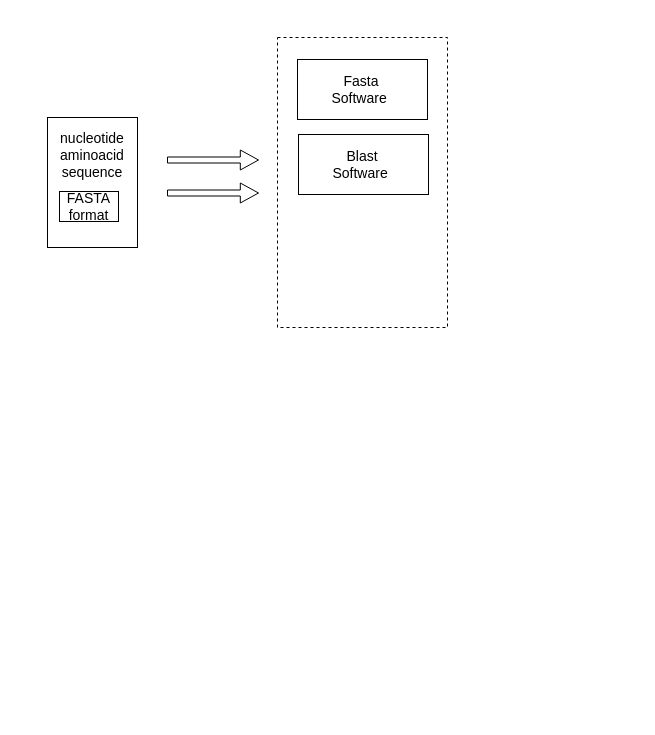
Above: fastaFormat.drawio in ldipotetjob/genx (draw.io), before the change. Source tidied: cells renumbered, new cells numbered last; positions are measured from the earlier drawing's top-left corner, leaving out a move shared by most shapes. Both pictures are drawn from the tidied source at 100%, with x=0, y=0 at pixel (17, 37).
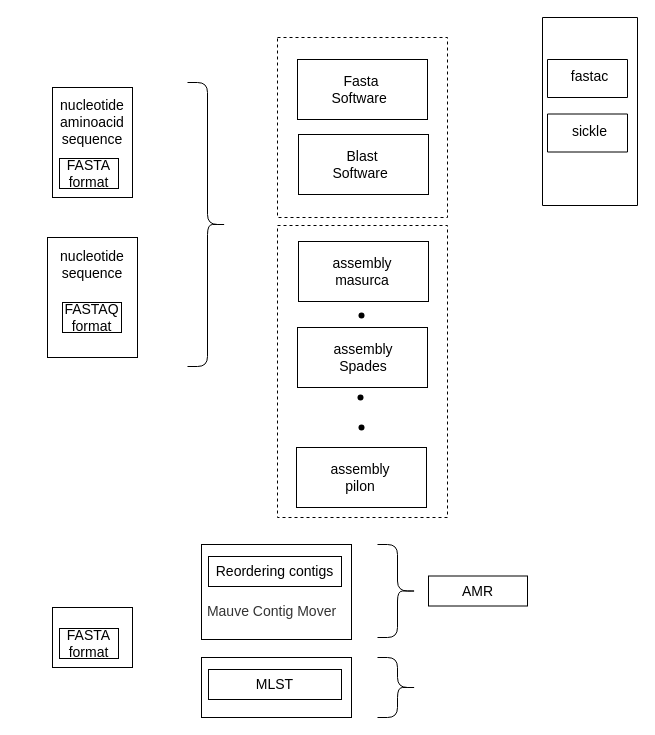
Above is the later version.

Diff of the diagram source:
```diff
@@
-    <mxCell id="4" style="shape=singleArrow;whiteSpace=wrap;html=1;" parent="1" vertex="1">
-      <mxGeometry x="150" y="112.5" width="91" height="20" as="geometry" />
-    </mxCell>
-    <mxCell id="5" style="shape=singleArrow;whiteSpace=wrap;html=1;" parent="1" vertex="1">
-      <mxGeometry x="150" y="145.5" width="91" height="20" as="geometry" />
-    </mxCell>
     <mxCell id="6" style="rounded=0;whiteSpace=wrap;html=1;" parent="1" vertex="1">
-      <mxGeometry x="30" y="80" width="90" height="130" as="geometry" />
+      <mxGeometry x="35" y="50" width="80" height="110" as="geometry" />
     </mxCell>
     <mxCell id="7" value="&lt;font style=&quot;font-size: 14px&quot;&gt;nucleotide&lt;br&gt;aminoacid&lt;br&gt;sequence&lt;br&gt;&lt;/font&gt;" style="text;html=1;strokeColor=none;fillColor=none;align=center;verticalAlign=middle;whiteSpace=wrap;rounded=0;" parent="1" vertex="1">
-      <mxGeometry y="97.5" width="150" height="40" as="geometry" />
+      <mxGeometry y="64.5" width="150" height="40" as="geometry" />
     </mxCell>
     <mxCell id="8" value="&lt;span style=&quot;font-size: 14px&quot;&gt;FASTA format&lt;/span&gt;" style="text;html=1;align=center;verticalAlign=middle;whiteSpace=wrap;rounded=0;strokeColor=#000000;" parent="1" vertex="1">
-      <mxGeometry x="42" y="154" width="59" height="30" as="geometry" />
+      <mxGeometry x="42" y="121" width="59" height="30" as="geometry" />
     </mxCell>
@@
     <mxCell id="11" style="rounded=0;whiteSpace=wrap;html=1;dashed=1;strokeColor=#000000;fillColor=none;" parent="1" vertex="1">
-      <mxGeometry x="260" width="170" height="290" as="geometry" />
+      <mxGeometry x="260" width="170" height="180" as="geometry" />
     </mxCell>
+    <mxCell id="12" style="rounded=0;whiteSpace=wrap;html=1;" parent="1" vertex="1">
+      <mxGeometry x="281" y="204" width="130" height="60" as="geometry" />
+    </mxCell>
+    <mxCell id="13" value="&lt;font style=&quot;font-size: 14px&quot;&gt;assembly&lt;br&gt;masurca&lt;br&gt;&lt;/font&gt;" style="text;html=1;strokeColor=none;fillColor=none;align=center;verticalAlign=middle;whiteSpace=wrap;rounded=0;" parent="1" vertex="1">
+      <mxGeometry x="311" y="221.5" width="68" height="25" as="geometry" />
+    </mxCell>
+    <mxCell id="14" style="rounded=0;whiteSpace=wrap;html=1;" parent="1" vertex="1">
+      <mxGeometry x="279" y="410" width="130" height="60" as="geometry" />
+    </mxCell>
+    <mxCell id="15" value="&lt;font style=&quot;font-size: 14px&quot;&gt;assembly&lt;br&gt;pilon&lt;br&gt;&lt;/font&gt;" style="text;html=1;strokeColor=none;fillColor=none;align=center;verticalAlign=middle;whiteSpace=wrap;rounded=0;" parent="1" vertex="1">
+      <mxGeometry x="309" y="427.5" width="68" height="25" as="geometry" />
+    </mxCell>
+    <mxCell id="16" style="shape=waypoint;sketch=0;fillStyle=solid;size=6;fillColor=none;perimeter=centerPerimeter;dashed=1;strokeColor=#000000;" parent="1" vertex="1">
+      <mxGeometry x="324" y="258" width="40" height="40" as="geometry" />
+    </mxCell>
+    <mxCell id="17" style="shape=waypoint;sketch=0;fillStyle=solid;size=6;fillColor=none;perimeter=centerPerimeter;dashed=1;strokeColor=#000000;" parent="1" vertex="1">
+      <mxGeometry x="323" y="340" width="40" height="40" as="geometry" />
+    </mxCell>
+    <mxCell id="18" style="edgeStyle=orthogonalEdgeStyle;rounded=0;orthogonalLoop=1;jettySize=auto;html=1;" parent="1" edge="1">
+      <mxGeometry relative="1" as="geometry">
+        <mxPoint x="344" y="308" as="sourcePoint" />
+        <mxPoint x="344" y="308" as="targetPoint" />
+      </mxGeometry>
+    </mxCell>
+    <mxCell id="19" style="shape=waypoint;sketch=0;fillStyle=solid;size=6;fillColor=none;perimeter=centerPerimeter;dashed=1;strokeColor=#000000;" parent="1" vertex="1">
+      <mxGeometry x="324" y="370" width="40" height="40" as="geometry" />
+    </mxCell>
+    <mxCell id="20" value="&lt;font style=&quot;font-size: 14px&quot;&gt;nucleotide&lt;br&gt;sequence&lt;br&gt;&lt;/font&gt;" style="text;html=1;strokeColor=none;fillColor=none;align=center;verticalAlign=middle;whiteSpace=wrap;rounded=0;" parent="1" vertex="1">
+      <mxGeometry x="30" y="208.5" width="90" height="36.5" as="geometry" />
+    </mxCell>
+    <mxCell id="21" value="&lt;span style=&quot;font-size: 14px&quot;&gt;FASTAQ format&lt;/span&gt;" style="text;html=1;align=center;verticalAlign=middle;whiteSpace=wrap;rounded=0;strokeColor=#000000;" parent="1" vertex="1">
+      <mxGeometry x="45" y="265" width="59" height="30" as="geometry" />
+    </mxCell>
+    <mxCell id="22" style="rounded=0;whiteSpace=wrap;html=1;fillColor=none;" parent="1" vertex="1">
+      <mxGeometry x="30" y="200" width="90" height="120" as="geometry" />
+    </mxCell>
+    <mxCell id="23" style="shape=curlyBracket;whiteSpace=wrap;html=1;rounded=1;flipH=1;strokeColor=#000000;fillColor=none;" parent="1" vertex="1">
+      <mxGeometry x="170" y="45" width="40" height="284" as="geometry" />
+    </mxCell>
+    <mxCell id="24" style="rounded=0;whiteSpace=wrap;html=1;dashed=1;strokeColor=#000000;fillColor=none;" parent="1" vertex="1">
+      <mxGeometry x="260" y="188" width="170" height="292" as="geometry" />
+    </mxCell>
+    <mxCell id="25" style="verticalLabelPosition=bottom;verticalAlign=top;html=1;shape=mxgraph.basic.rect;fillColor2=none;strokeWidth=1;size=20;indent=5;fillColor=none;" parent="1" vertex="1">
+      <mxGeometry x="530" y="22" width="80" height="38" as="geometry" />
+    </mxCell>
+    <mxCell id="26" value="&lt;font style=&quot;font-size: 14px&quot;&gt;fastac&lt;br&gt;&lt;/font&gt;" style="text;html=1;strokeColor=none;fillColor=none;align=center;verticalAlign=middle;whiteSpace=wrap;rounded=0;" parent="1" vertex="1">
+      <mxGeometry x="535" y="28.5" width="75" height="21.5" as="geometry" />
+    </mxCell>
+    <mxCell id="27" style="verticalLabelPosition=bottom;verticalAlign=top;html=1;shape=mxgraph.basic.rect;fillColor2=none;strokeWidth=1;size=20;indent=5;fillColor=none;" parent="1" vertex="1">
+      <mxGeometry x="530" y="76.5" width="80" height="38" as="geometry" />
+    </mxCell>
+    <mxCell id="28" value="&lt;font style=&quot;font-size: 14px&quot;&gt;sickle&lt;br&gt;&lt;/font&gt;" style="text;html=1;strokeColor=none;fillColor=none;align=center;verticalAlign=middle;whiteSpace=wrap;rounded=0;" parent="1" vertex="1">
+      <mxGeometry x="535" y="83" width="75" height="21.5" as="geometry" />
+    </mxCell>
+    <mxCell id="29" value="&lt;font style=&quot;font-size: 14px&quot;&gt;assembly&lt;br&gt;Spades&lt;br&gt;&lt;/font&gt;" style="text;html=1;strokeColor=none;fillColor=none;align=center;verticalAlign=middle;whiteSpace=wrap;rounded=0;" parent="1" vertex="1">
+      <mxGeometry x="312" y="307.5" width="68" height="25" as="geometry" />
+    </mxCell>
+    <mxCell id="30" style="rounded=0;whiteSpace=wrap;html=1;fillColor=none;" parent="1" vertex="1">
+      <mxGeometry x="280" y="290" width="130" height="60" as="geometry" />
+    </mxCell>
+    <mxCell id="31" style="rounded=0;whiteSpace=wrap;html=1;fillColor=none;" parent="1" vertex="1">
+      <mxGeometry x="35" y="570" width="80" height="60" as="geometry" />
+    </mxCell>
+    <mxCell id="32" value="&lt;span style=&quot;font-size: 14px&quot;&gt;FASTA format&lt;/span&gt;" style="text;html=1;align=center;verticalAlign=middle;whiteSpace=wrap;rounded=0;strokeColor=#000000;" parent="1" vertex="1">
+      <mxGeometry x="42" y="591" width="59" height="30" as="geometry" />
+    </mxCell>
+    <mxCell id="33" style="rounded=0;whiteSpace=wrap;html=1;fillColor=none;" parent="1" vertex="1">
+      <mxGeometry x="184" y="507" width="150" height="95" as="geometry" />
+    </mxCell>
+    <mxCell id="34" value="&lt;span style=&quot;font-size: 14px&quot;&gt;Reordering contigs&lt;/span&gt;" style="text;html=1;align=center;verticalAlign=middle;whiteSpace=wrap;rounded=0;strokeColor=#000000;" parent="1" vertex="1">
+      <mxGeometry x="191" y="519" width="133" height="30" as="geometry" />
+    </mxCell>
+    <mxCell id="35" style="shape=curlyBracket;whiteSpace=wrap;html=1;rounded=1;flipH=1;strokeColor=#000000;fillColor=none;" parent="1" vertex="1">
+      <mxGeometry x="360" y="507" width="40" height="93" as="geometry" />
+    </mxCell>
+    <mxCell id="36" value="&lt;h3 style=&quot;color: rgb(51 , 51 , 51) ; text-align: left ; background-color: rgb(255 , 255 , 255)&quot;&gt;&lt;font style=&quot;font-weight: normal ; font-size: 14px&quot;&gt;Mauve Contig Mover&lt;/font&gt;&lt;/h3&gt;" style="text;html=1;align=center;verticalAlign=middle;strokeColor=none;fontFamily=Helvetica;" parent="1" vertex="1">
+      <mxGeometry x="184" y="549" width="140" height="50" as="geometry" />
+    </mxCell>
+    <mxCell id="37" style="rounded=0;whiteSpace=wrap;html=1;fillColor=none;" parent="1" vertex="1">
+      <mxGeometry x="184" y="620" width="150" height="60" as="geometry" />
+    </mxCell>
+    <mxCell id="38" value="&lt;span style=&quot;font-size: 14px&quot;&gt;MLST&lt;/span&gt;" style="text;html=1;align=center;verticalAlign=middle;whiteSpace=wrap;rounded=0;strokeColor=#000000;" parent="1" vertex="1">
+      <mxGeometry x="191" y="632" width="133" height="30" as="geometry" />
+    </mxCell>
+    <mxCell id="39" style="shape=curlyBracket;whiteSpace=wrap;html=1;rounded=1;flipH=1;strokeColor=#000000;fillColor=none;" parent="1" vertex="1">
+      <mxGeometry x="360" y="620" width="40" height="60" as="geometry" />
+    </mxCell>
+    <mxCell id="40" style="verticalLabelPosition=bottom;verticalAlign=top;html=1;shape=mxgraph.basic.rect;fillColor2=none;strokeWidth=1;size=20;indent=5;fillColor=none;" parent="1" vertex="1">
+      <mxGeometry x="525" y="-20" width="95" height="188" as="geometry" />
+    </mxCell>
+    <mxCell id="41" value="&lt;span style=&quot;font-size: 14px&quot;&gt;AMR&lt;/span&gt;" style="text;html=1;align=center;verticalAlign=middle;whiteSpace=wrap;rounded=0;strokeColor=#000000;" parent="1" vertex="1">
+      <mxGeometry x="411" y="538.5" width="99" height="30" as="geometry" />
+    </mxCell>
```
